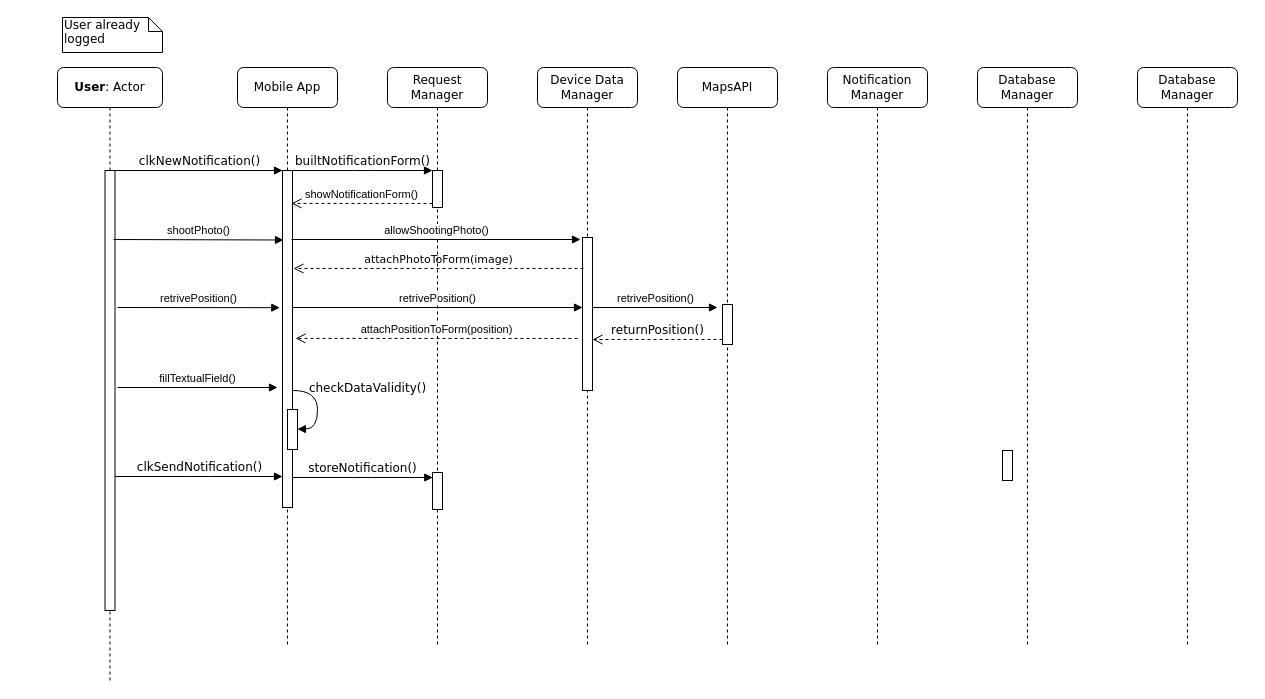
Above: Untitled Diagram.drawio in valearm/SafeStreets-Project-SE2 (draw.io), before the change. Source tidied: cells renumbered, new cells numbered last; positions are measured from the earlier drawing's top-left corner, leaving out a move shared by most shapes. Both pictures are drawn from the tidied source at 100%, with x=0, y=0 at pixel (57, 17).
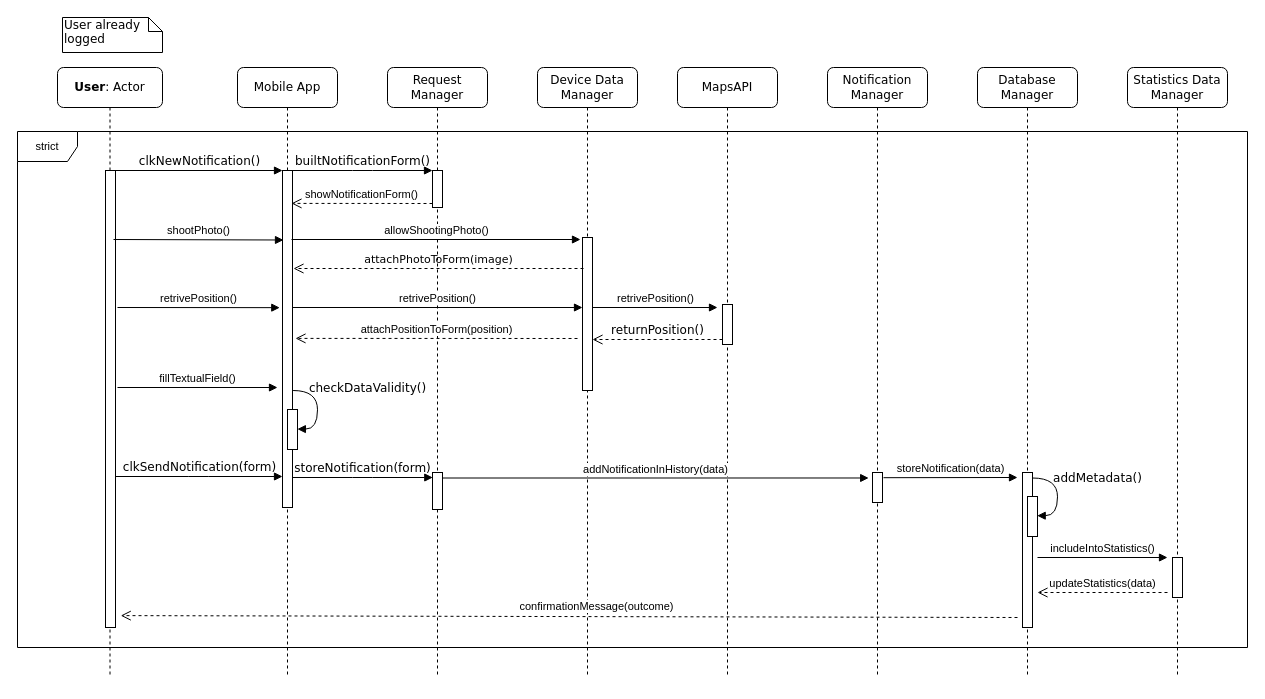
The same page after the edit.

Unchanged cells that the change refers to:
```xml
<mxCell id="6" style="html=1;points=[];perimeter=orthogonalPerimeter;rounded=0;shadow=0;comic=0;labelBackgroundColor=none;strokeWidth=1;fontFamily=Verdana;fontSize=12;align=center;" parent="4" vertex="1">
  <mxGeometry x="45" y="405" width="10" height="37" as="geometry" />
</mxCell>
```

Change to the diagram source:
```diff
@@
     <mxCell id="2" value="Mobile App" style="shape=umlLifeline;perimeter=lifelinePerimeter;whiteSpace=wrap;html=1;rounded=1;shadow=0;comic=0;labelBackgroundColor=none;strokeWidth=1;fontFamily=Verdana;fontSize=12;align=center;" parent="1" vertex="1">
-      <mxGeometry x="180" y="50" width="100" height="580" as="geometry" />
+      <mxGeometry x="180" y="50" width="100" height="610" as="geometry" />
     </mxCell>
@@
     <mxCell id="4" value="Request Manager" style="shape=umlLifeline;perimeter=lifelinePerimeter;whiteSpace=wrap;html=1;rounded=1;shadow=0;comic=0;labelBackgroundColor=none;strokeWidth=1;fontFamily=Verdana;fontSize=12;align=center;size=40;" parent="1" vertex="1">
-      <mxGeometry x="330" y="50" width="100" height="580" as="geometry" />
+      <mxGeometry x="330" y="50" width="100" height="610" as="geometry" />
     </mxCell>
@@
     <mxCell id="7" value="Device Data Manager " style="shape=umlLifeline;perimeter=lifelinePerimeter;whiteSpace=wrap;html=1;rounded=1;shadow=0;comic=0;labelBackgroundColor=none;strokeWidth=1;fontFamily=Verdana;fontSize=12;align=center;" parent="1" vertex="1">
-      <mxGeometry x="480" y="50" width="100" height="580" as="geometry" />
+      <mxGeometry x="480" y="50" width="100" height="610" as="geometry" />
     </mxCell>
     <mxCell id="8" value="MapsAPI" style="shape=umlLifeline;perimeter=lifelinePerimeter;whiteSpace=wrap;html=1;rounded=1;shadow=0;comic=0;labelBackgroundColor=none;strokeWidth=1;fontFamily=Verdana;fontSize=12;align=center;" parent="1" vertex="1">
-      <mxGeometry x="620" y="50" width="100" height="580" as="geometry" />
+      <mxGeometry x="620" y="50" width="100" height="610" as="geometry" />
     </mxCell>
@@
     <mxCell id="10" value="Notification Manager" style="shape=umlLifeline;perimeter=lifelinePerimeter;whiteSpace=wrap;html=1;rounded=1;shadow=0;comic=0;labelBackgroundColor=none;strokeWidth=1;fontFamily=Verdana;fontSize=12;align=center;" parent="1" vertex="1">
-      <mxGeometry x="770" y="50" width="100" height="580" as="geometry" />
+      <mxGeometry x="770" y="50" width="100" height="610" as="geometry" />
     </mxCell>
+    <mxCell id="17" style="html=1;points=[];perimeter=orthogonalPerimeter;rounded=0;shadow=0;comic=0;labelBackgroundColor=none;strokeColor=#000000;strokeWidth=1;fillColor=#FFFFFF;fontFamily=Verdana;fontSize=12;fontColor=#000000;align=center;" parent="10" vertex="1">
+      <mxGeometry x="45" y="405" width="10" height="30" as="geometry" />
+    </mxCell>
     <mxCell id="11" value="Database Manager" style="shape=umlLifeline;perimeter=lifelinePerimeter;whiteSpace=wrap;html=1;rounded=1;shadow=0;comic=0;labelBackgroundColor=none;strokeWidth=1;fontFamily=Verdana;fontSize=12;align=center;" parent="1" vertex="1">
-      <mxGeometry x="920" y="50" width="100" height="580" as="geometry" />
+      <mxGeometry x="920" y="50" width="100" height="610" as="geometry" />
     </mxCell>
+    <mxCell id="34" style="html=1;perimeter=orthogonalPerimeter;rounded=0;shadow=0;comic=0;labelBackgroundColor=none;strokeColor=#000000;strokeWidth=1;fillColor=#FFFFFF;fontFamily=Verdana;fontSize=12;fontColor=#000000;align=center;" parent="11" vertex="1">
+      <mxGeometry x="45" y="405" width="10" height="155" as="geometry" />
+    </mxCell>
+    <mxCell id="35" value="includeIntoStatistics()" style="html=1;verticalAlign=bottom;endArrow=block;fontSize=11;" parent="11" edge="1">
+      <mxGeometry relative="1" as="geometry">
+        <mxPoint x="60" y="490" as="sourcePoint" />
+        <mxPoint x="190" y="490" as="targetPoint" />
+      </mxGeometry>
+    </mxCell>
     <mxCell id="12" value="&lt;b&gt;User&lt;/b&gt;: Actor" style="shape=umlLifeline;perimeter=lifelinePerimeter;whiteSpace=wrap;html=1;rounded=1;shadow=0;comic=0;labelBackgroundColor=none;strokeWidth=1;fontFamily=Verdana;fontSize=12;align=center;" parent="1" vertex="1">
-      <mxGeometry y="50" width="105" height="614" as="geometry" />
+      <mxGeometry y="50" width="105" height="610" as="geometry" />
     </mxCell>
     <mxCell id="13" style="html=1;points=[];perimeter=orthogonalPerimeter;rounded=0;shadow=0;comic=0;labelBackgroundColor=none;strokeWidth=1;fontFamily=Verdana;fontSize=12;align=center;" parent="12" vertex="1">
-      <mxGeometry x="47.5" y="103" width="10" height="440" as="geometry" />
+      <mxGeometry x="48" y="103" width="10" height="457" as="geometry" />
     </mxCell>
@@
-    <mxCell id="17" style="html=1;points=[];perimeter=orthogonalPerimeter;rounded=0;shadow=0;comic=0;labelBackgroundColor=none;strokeColor=#000000;strokeWidth=1;fillColor=#FFFFFF;fontFamily=Verdana;fontSize=12;fontColor=#000000;align=center;" parent="1" vertex="1">
-      <mxGeometry x="945" y="433" width="10" height="30" as="geometry" />
-    </mxCell>
@@
-    <mxCell id="31" value="clkSendNotification()" style="html=1;verticalAlign=bottom;endArrow=block;entryX=0;entryY=0;labelBackgroundColor=none;fontFamily=Verdana;fontSize=12;edgeStyle=elbowEdgeStyle;elbow=vertical;" parent="1" edge="1">
+    <mxCell id="31" value="clkSendNotification(form)" style="html=1;verticalAlign=bottom;endArrow=block;entryX=0;entryY=0;labelBackgroundColor=none;fontFamily=Verdana;fontSize=12;edgeStyle=elbowEdgeStyle;elbow=vertical;" parent="1" edge="1">
       <mxGeometry relative="1" as="geometry">
         <mxPoint x="57.5" y="459" as="sourcePoint" />
         <mxPoint x="225" y="459" as="targetPoint" />
       </mxGeometry>
     </mxCell>
-    <mxCell id="32" value="storeNotification()" style="html=1;verticalAlign=bottom;endArrow=block;entryX=0;entryY=0;labelBackgroundColor=none;fontFamily=Verdana;fontSize=12;edgeStyle=elbowEdgeStyle;elbow=vertical;" parent="1" edge="1">
+    <mxCell id="32" value="storeNotification(form)" style="html=1;verticalAlign=bottom;endArrow=block;entryX=0;entryY=0;labelBackgroundColor=none;fontFamily=Verdana;fontSize=12;edgeStyle=elbowEdgeStyle;elbow=vertical;" parent="1" edge="1">
       <mxGeometry relative="1" as="geometry">
         <mxPoint x="235" y="460" as="sourcePoint" />
         <mxPoint x="375.3" y="460" as="targetPoint" />
       </mxGeometry>
     </mxCell>
-    <mxCell id="33" value="Database Manager" style="shape=umlLifeline;perimeter=lifelinePerimeter;whiteSpace=wrap;html=1;rounded=1;shadow=0;comic=0;labelBackgroundColor=none;strokeWidth=1;fontFamily=Verdana;fontSize=12;align=center;" parent="1" vertex="1">
-      <mxGeometry x="1080" y="50" width="100" height="580" as="geometry" />
+    <mxCell id="33" value="Statistics Data Manager" style="shape=umlLifeline;perimeter=lifelinePerimeter;whiteSpace=wrap;html=1;rounded=1;shadow=0;comic=0;labelBackgroundColor=none;strokeWidth=1;fontFamily=Verdana;fontSize=12;align=center;" parent="1" vertex="1">
+      <mxGeometry x="1070" y="50" width="100" height="610" as="geometry" />
     </mxCell>
+    <mxCell id="36" style="html=1;perimeter=orthogonalPerimeter;rounded=0;shadow=0;comic=0;labelBackgroundColor=none;strokeWidth=1;fontFamily=Verdana;fontSize=12;align=center;" parent="33" vertex="1">
+      <mxGeometry x="45" y="490" width="10" height="40" as="geometry" />
+    </mxCell>
+    <mxCell id="37" value="addNotificationInHistory(data)" style="html=1;verticalAlign=bottom;endArrow=block;fontSize=11;exitX=1.033;exitY=0.149;exitDx=0;exitDy=0;exitPerimeter=0;entryX=-0.383;entryY=0.183;entryDx=0;entryDy=0;entryPerimeter=0;" parent="1" edge="1" source="6" target="17">
+      <mxGeometry relative="1" as="geometry" />
+    </mxCell>
+    <mxCell id="38" value="storeNotification(data)" style="html=1;verticalAlign=bottom;endArrow=block;fontSize=11;exitX=1.1;exitY=0.173;exitDx=0;exitDy=0;exitPerimeter=0;" parent="1" edge="1" source="17">
+      <mxGeometry relative="1" as="geometry">
+        <mxPoint x="960" y="460" as="targetPoint" />
+      </mxGeometry>
+    </mxCell>
+    <mxCell id="39" style="html=1;perimeter=orthogonalPerimeter;rounded=0;shadow=0;comic=0;labelBackgroundColor=none;strokeWidth=1;fontFamily=Verdana;fontSize=12;align=center;" parent="1" vertex="1">
+      <mxGeometry x="970" y="479" width="10" height="40" as="geometry" />
+    </mxCell>
+    <mxCell id="40" value="addMetadata()" style="html=1;verticalAlign=bottom;endArrow=block;labelBackgroundColor=none;fontFamily=Verdana;fontSize=12;elbow=vertical;edgeStyle=orthogonalEdgeStyle;curved=1;entryX=1;entryY=0.286;entryPerimeter=0;exitX=1.038;exitY=0.345;exitPerimeter=0;" parent="1" edge="1">
+      <mxGeometry x="-0.4" y="-41" relative="1" as="geometry">
+        <mxPoint x="975" y="460.5" as="sourcePoint" />
+        <mxPoint x="979.7" y="498.2" as="targetPoint" />
+        <Array as="points">
+          <mxPoint x="1000" y="460" />
+          <mxPoint x="1000" y="498" />
+        </Array>
+        <mxPoint x="81" y="9" as="offset" />
+      </mxGeometry>
+    </mxCell>
+    <mxCell id="41" value="updateStatistics(data)" style="html=1;verticalAlign=bottom;endArrow=open;dashed=1;endSize=8;fontSize=11;" parent="1" edge="1">
+      <mxGeometry relative="1" as="geometry">
+        <mxPoint x="1110" y="575" as="sourcePoint" />
+        <mxPoint x="980" y="575" as="targetPoint" />
+      </mxGeometry>
+    </mxCell>
+    <mxCell id="42" value="confirmationMessage(outcome)" style="html=1;verticalAlign=bottom;endArrow=open;dashed=1;endSize=8;fontSize=11;entryX=1.524;entryY=0.974;entryDx=0;entryDy=0;entryPerimeter=0;" parent="1" edge="1" target="13">
+      <mxGeometry x="-0.06" y="-1" relative="1" as="geometry">
+        <mxPoint x="960" y="600" as="sourcePoint" />
+      </mxGeometry>
+    </mxCell>
+    <mxCell id="43" value="strict" style="shape=umlFrame;whiteSpace=wrap;html=1;fontSize=11;" parent="1" vertex="1">
+      <mxGeometry x="-40" y="114" width="1230" height="516" as="geometry" />
+    </mxCell>
```
